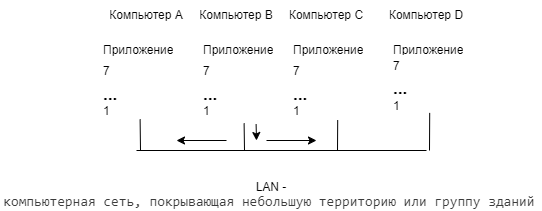
Above: Передача в LAN.png in ksinph/PSTU_LABS_2023 (draw.io), before the change. Source tidied: cells renumbered, new cells last; positions are measured from the earlier drawing's top-left corner, leaving out a move shared by most shapes.
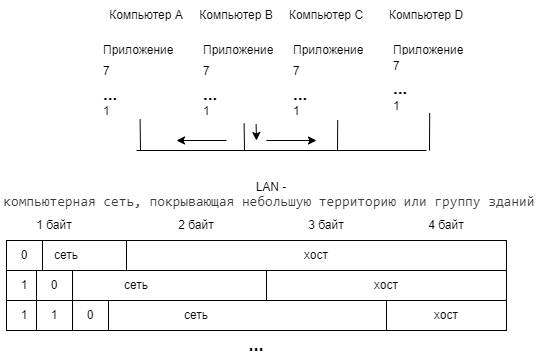
After the change.

The edit, as a diff of the source:
```diff
@@ -168,5 +168,59 @@
         <mxPoint x="80" y="140" as="targetPoint" />
       </mxGeometry>
     </mxCell>
+    <mxCell id="51" value="сеть" style="rounded=0;whiteSpace=wrap;html=1;" parent="1" vertex="1">
+      <mxGeometry x="-90" y="240" width="120" height="30" as="geometry" />
+    </mxCell>
+    <mxCell id="52" value="0" style="rounded=0;whiteSpace=wrap;html=1;" parent="1" vertex="1">
+      <mxGeometry x="-90" y="240" width="36" height="30" as="geometry" />
+    </mxCell>
+    <mxCell id="53" value="хост" style="rounded=0;whiteSpace=wrap;html=1;" parent="1" vertex="1">
+      <mxGeometry x="30" y="240" width="380" height="30" as="geometry" />
+    </mxCell>
+    <mxCell id="54" value="сеть" style="rounded=0;whiteSpace=wrap;html=1;" parent="1" vertex="1">
+      <mxGeometry x="-90" y="270" width="260" height="30" as="geometry" />
+    </mxCell>
+    <mxCell id="55" value="1" style="rounded=0;whiteSpace=wrap;html=1;" parent="1" vertex="1">
+      <mxGeometry x="-90" y="270" width="36" height="30" as="geometry" />
+    </mxCell>
+    <mxCell id="56" value="0" style="rounded=0;whiteSpace=wrap;html=1;" parent="1" vertex="1">
+      <mxGeometry x="-60" y="270" width="36" height="30" as="geometry" />
+    </mxCell>
+    <mxCell id="57" value="хост" style="rounded=0;whiteSpace=wrap;html=1;" parent="1" vertex="1">
+      <mxGeometry x="170" y="270" width="240" height="30" as="geometry" />
+    </mxCell>
+    <mxCell id="58" value="сеть" style="rounded=0;whiteSpace=wrap;html=1;" parent="1" vertex="1">
+      <mxGeometry x="-90" y="300" width="380" height="30" as="geometry" />
+    </mxCell>
+    <mxCell id="59" value="1" style="rounded=0;whiteSpace=wrap;html=1;" parent="1" vertex="1">
+      <mxGeometry x="-90" y="300" width="36" height="30" as="geometry" />
+    </mxCell>
+    <mxCell id="60" value="1" style="rounded=0;whiteSpace=wrap;html=1;" parent="1" vertex="1">
+      <mxGeometry x="-60" y="300" width="36" height="30" as="geometry" />
+    </mxCell>
+    <mxCell id="61" value="1" style="rounded=0;whiteSpace=wrap;html=1;" parent="1" vertex="1">
+      <mxGeometry x="-60" y="300" width="36" height="30" as="geometry" />
+    </mxCell>
+    <mxCell id="62" value="0" style="rounded=0;whiteSpace=wrap;html=1;" parent="1" vertex="1">
+      <mxGeometry x="-24" y="300" width="36" height="30" as="geometry" />
+    </mxCell>
+    <mxCell id="63" value="хост" style="rounded=0;whiteSpace=wrap;html=1;" parent="1" vertex="1">
+      <mxGeometry x="290" y="300" width="120" height="30" as="geometry" />
+    </mxCell>
+    <mxCell id="64" value="1 байт" style="text;html=1;align=center;verticalAlign=middle;whiteSpace=wrap;rounded=0;" parent="1" vertex="1">
+      <mxGeometry x="-72" y="210" width="60" height="30" as="geometry" />
+    </mxCell>
+    <mxCell id="65" value="2 байт" style="text;html=1;align=center;verticalAlign=middle;whiteSpace=wrap;rounded=0;" parent="1" vertex="1">
+      <mxGeometry x="70" y="210" width="60" height="30" as="geometry" />
+    </mxCell>
+    <mxCell id="66" value="3 байт" style="text;html=1;align=center;verticalAlign=middle;whiteSpace=wrap;rounded=0;" parent="1" vertex="1">
+      <mxGeometry x="200" y="210" width="60" height="30" as="geometry" />
+    </mxCell>
+    <mxCell id="67" value="4 байт" style="text;html=1;align=center;verticalAlign=middle;whiteSpace=wrap;rounded=0;" parent="1" vertex="1">
+      <mxGeometry x="320" y="210" width="60" height="30" as="geometry" />
+    </mxCell>
+    <mxCell id="68" value="&lt;b&gt;&lt;font style=&quot;font-size: 18px;&quot;&gt;...&lt;/font&gt;&lt;/b&gt;" style="text;html=1;align=center;verticalAlign=middle;whiteSpace=wrap;rounded=0;" parent="1" vertex="1">
+      <mxGeometry x="130" y="330" width="60" height="30" as="geometry" />
+    </mxCell>
   </root>
 </mxGraphModel>
```
